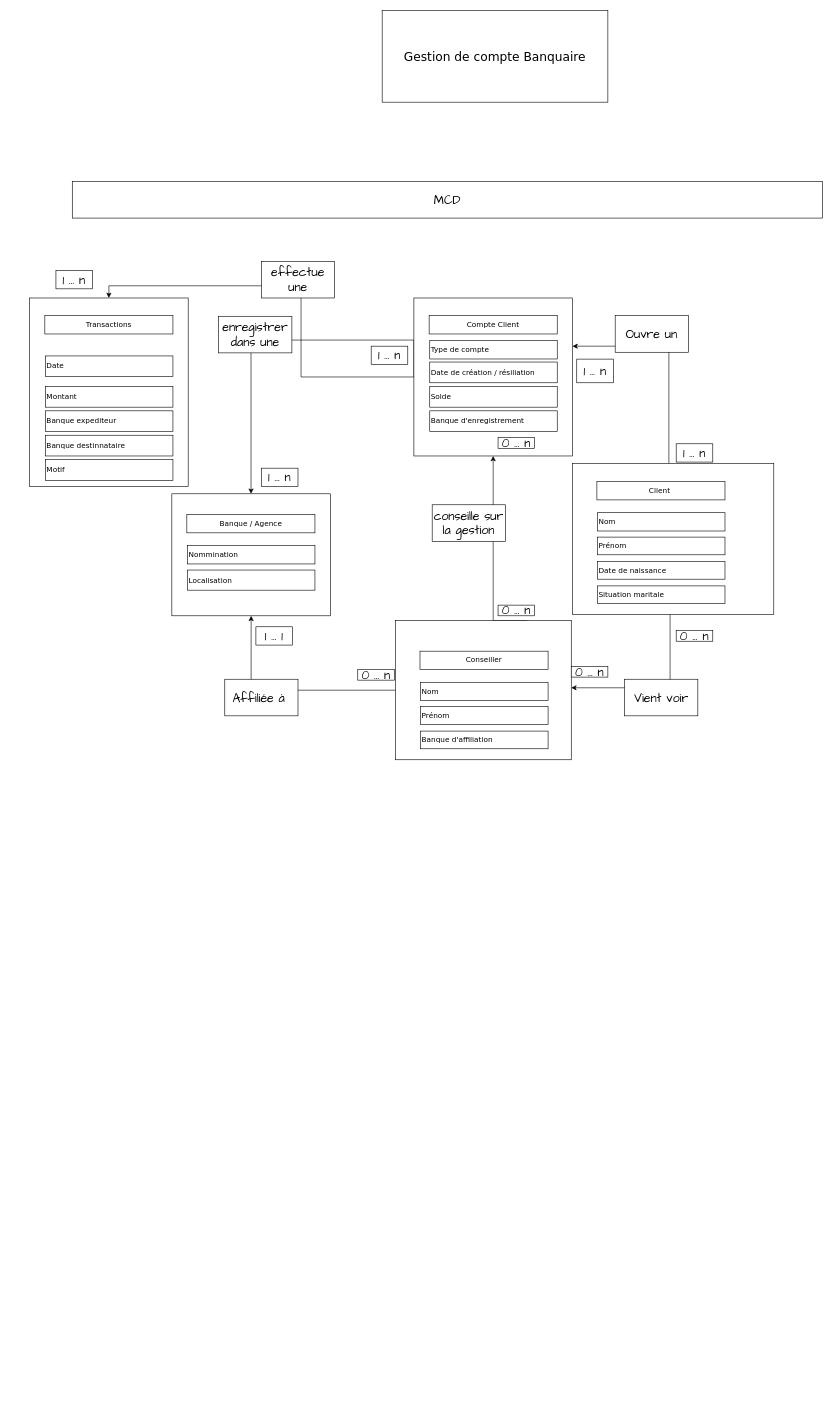
The draw.io diagram GestionCompteBanquaire.drawio in Renedeo/ExamArchWeb, before the edit. Source tidied: cells renumbered, new cells numbered last; positions are measured from the earlier drawing's top-left corner, leaving out a move shared by most shapes. Both pictures are drawn from the tidied source at 61%, with x=0, y=0 at pixel (29, 10).
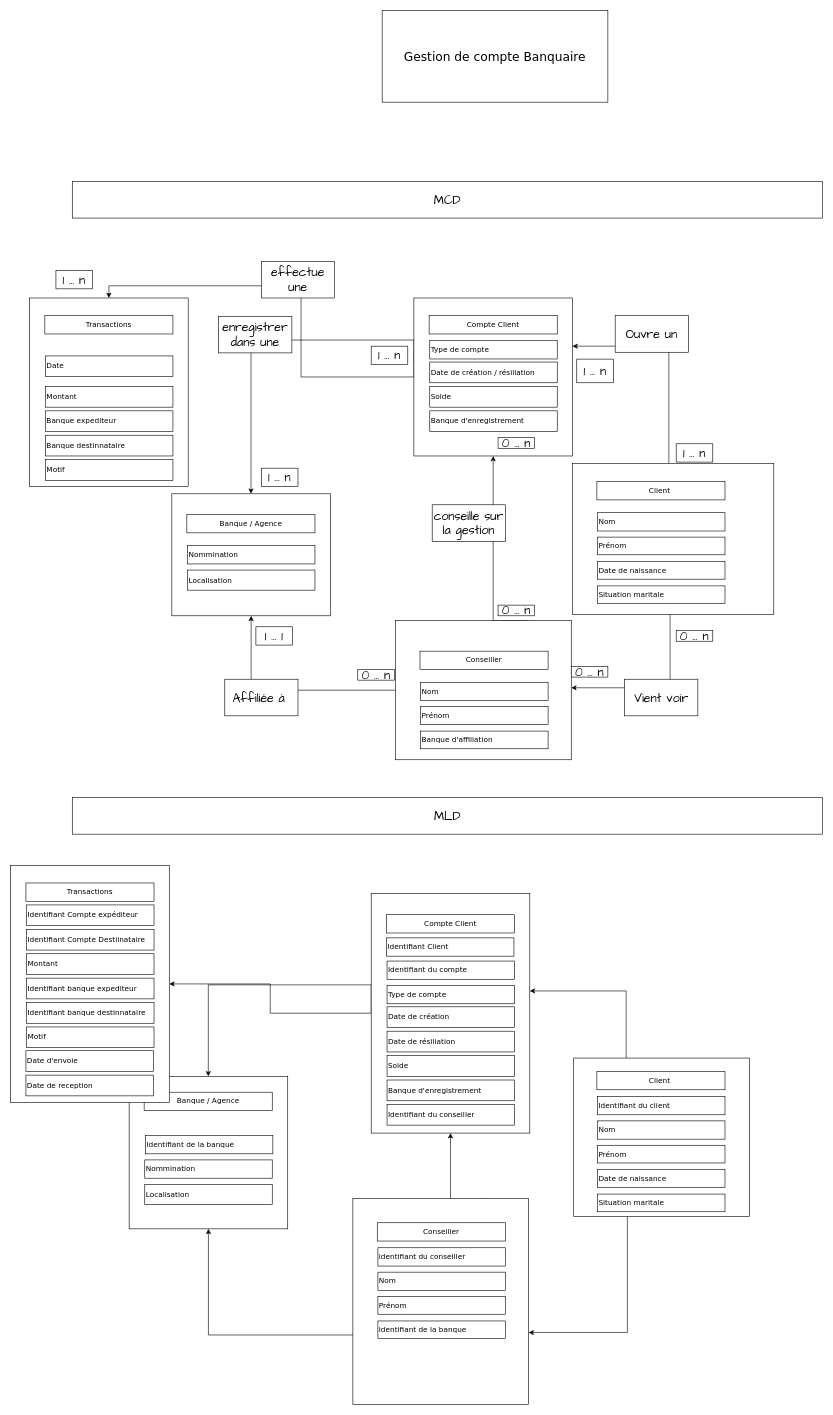
Above is the later version.

Commit message:
Ajout : Ajout du format logique de la base de données

Ajout des identifiant à chaque table permettant de réaliser les jointures entre elles

Diff of the diagram source:
```diff
@@
+    <mxCell id="55" value="MLD" style="rounded=0;whiteSpace=wrap;html=1;hachureGap=4;fontFamily=Architects Daughter;fontSize=20;" parent="1" vertex="1">
+      <mxGeometry x="70" y="1290" width="1230" height="60" as="geometry" />
+    </mxCell>
@@
+    <mxCell id="56" style="rounded=0;whiteSpace=wrap;html=1;align=left;" parent="1" vertex="1">
+      <mxGeometry x="163.2" y="1747" width="260" height="250" as="geometry" />
+    </mxCell>
+    <mxCell id="57" value="Banque / Agence" style="rounded=0;whiteSpace=wrap;html=1;fontFamily=Verdana;" parent="1" vertex="1">
+      <mxGeometry x="187.8" y="1773" width="210" height="30" as="geometry" />
+    </mxCell>
+    <mxCell id="58" value="Nommination" style="rounded=0;whiteSpace=wrap;html=1;align=left;fontFamily=Verdana;" parent="1" vertex="1">
+      <mxGeometry x="188.8" y="1884" width="209" height="30" as="geometry" />
+    </mxCell>
+    <mxCell id="59" value="Localisation" style="rounded=0;whiteSpace=wrap;html=1;align=left;fontFamily=Verdana;" parent="1" vertex="1">
+      <mxGeometry x="188.8" y="1924" width="209" height="33" as="geometry" />
+    </mxCell>
+    <mxCell id="60" style="rounded=0;whiteSpace=wrap;html=1;align=left;" parent="1" vertex="1">
+      <mxGeometry x="892" y="1717" width="288" height="260" as="geometry" />
+    </mxCell>
+    <mxCell id="61" value="Client&amp;nbsp;" style="rounded=0;whiteSpace=wrap;html=1;fontFamily=Verdana;" parent="1" vertex="1">
+      <mxGeometry x="930" y="1739" width="210" height="30" as="geometry" />
+    </mxCell>
+    <mxCell id="62" value="Nom" style="rounded=0;whiteSpace=wrap;html=1;align=left;fontFamily=Verdana;" parent="1" vertex="1">
+      <mxGeometry x="931" y="1820" width="209" height="30" as="geometry" />
+    </mxCell>
+    <mxCell id="63" value="Prénom" style="rounded=0;whiteSpace=wrap;html=1;align=left;fontFamily=Verdana;" parent="1" vertex="1">
+      <mxGeometry x="931" y="1860" width="209" height="29" as="geometry" />
+    </mxCell>
+    <mxCell id="64" style="edgeStyle=orthogonalEdgeStyle;rounded=0;jettySize=auto;html=1;entryX=0.5;entryY=1;entryDx=0;entryDy=0;" parent="1" edge="1" source="66" target="56">
+      <mxGeometry relative="1" as="geometry">
+        <Array as="points">
+          <mxPoint x="293" y="2171" />
+        </Array>
+      </mxGeometry>
+    </mxCell>
+    <mxCell id="65" style="edgeStyle=orthogonalEdgeStyle;rounded=0;jettySize=auto;html=1;exitX=0.75;exitY=0;exitDx=0;exitDy=0;" parent="1" edge="1" source="66" target="73">
+      <mxGeometry relative="1" as="geometry">
+        <Array as="points">
+          <mxPoint x="690" y="2057" />
+        </Array>
+      </mxGeometry>
+    </mxCell>
+    <mxCell id="66" style="rounded=0;whiteSpace=wrap;html=1;align=left;" parent="1" vertex="1">
+      <mxGeometry x="530" y="1947" width="288" height="338" as="geometry" />
+    </mxCell>
+    <mxCell id="67" value="Conseiller" style="rounded=0;whiteSpace=wrap;html=1;fontFamily=Verdana;" parent="1" vertex="1">
+      <mxGeometry x="570" y="1987" width="210" height="30" as="geometry" />
+    </mxCell>
+    <mxCell id="68" value="Nom" style="rounded=0;whiteSpace=wrap;html=1;align=left;fontFamily=Verdana;" parent="1" vertex="1">
+      <mxGeometry x="571" y="2068" width="209" height="30" as="geometry" />
+    </mxCell>
+    <mxCell id="69" value="Prénom" style="rounded=0;whiteSpace=wrap;html=1;align=left;fontFamily=Verdana;" parent="1" vertex="1">
+      <mxGeometry x="571" y="2108" width="209" height="29" as="geometry" />
+    </mxCell>
+    <mxCell id="70" style="edgeStyle=orthogonalEdgeStyle;rounded=0;jettySize=auto;html=1;" parent="1" edge="1" source="60" target="66">
+      <mxGeometry relative="1" as="geometry">
+        <Array as="points">
+          <mxPoint x="980" y="2167" />
+        </Array>
+      </mxGeometry>
+    </mxCell>
+    <mxCell id="71" style="edgeStyle=orthogonalEdgeStyle;rounded=0;jettySize=auto;html=1;exitX=0;exitY=0.5;exitDx=0;exitDy=0;" parent="1" edge="1" source="73" target="56">
+      <mxGeometry relative="1" as="geometry">
+        <Array as="points">
+          <mxPoint x="560" y="1597" />
+          <mxPoint x="293" y="1597" />
+        </Array>
+      </mxGeometry>
+    </mxCell>
+    <mxCell id="72" style="edgeStyle=orthogonalEdgeStyle;rounded=0;jettySize=auto;html=1;" parent="1" edge="1" source="73" target="90">
+      <mxGeometry relative="1" as="geometry" />
+    </mxCell>
+    <mxCell id="73" style="rounded=0;whiteSpace=wrap;html=1;align=left;" parent="1" vertex="1">
+      <mxGeometry x="560" y="1447" width="260" height="393" as="geometry" />
+    </mxCell>
+    <mxCell id="74" value="Compte Client" style="rounded=0;whiteSpace=wrap;html=1;fontFamily=Verdana;" parent="1" vertex="1">
+      <mxGeometry x="585" y="1482" width="210" height="30" as="geometry" />
+    </mxCell>
+    <mxCell id="75" value="Type de compte&amp;nbsp;" style="rounded=0;whiteSpace=wrap;html=1;align=left;fontFamily=Verdana;" parent="1" vertex="1">
+      <mxGeometry x="586" y="1598" width="209" height="30" as="geometry" />
+    </mxCell>
+    <mxCell id="76" value="Date de création" style="rounded=0;whiteSpace=wrap;html=1;align=left;fontFamily=Verdana;" parent="1" vertex="1">
+      <mxGeometry x="586" y="1633" width="209" height="34" as="geometry" />
+    </mxCell>
+    <mxCell id="77" style="edgeStyle=orthogonalEdgeStyle;rounded=0;jettySize=auto;html=1;" parent="1" edge="1" source="60" target="73">
+      <mxGeometry relative="1" as="geometry">
+        <Array as="points">
+          <mxPoint x="978" y="1607" />
+        </Array>
+      </mxGeometry>
+    </mxCell>
+    <mxCell id="78" value="Date de naissance" style="rounded=0;whiteSpace=wrap;html=1;align=left;fontFamily=Verdana;" parent="1" vertex="1">
+      <mxGeometry x="931" y="1900" width="209" height="29" as="geometry" />
+    </mxCell>
+    <mxCell id="79" value="identifiant de la banque&amp;nbsp;" style="rounded=0;whiteSpace=wrap;html=1;align=left;fontFamily=Verdana;" parent="1" vertex="1">
+      <mxGeometry x="571" y="2148" width="209" height="29" as="geometry" />
+    </mxCell>
+    <mxCell id="80" value="Solde" style="rounded=0;whiteSpace=wrap;html=1;align=left;fontFamily=Verdana;" parent="1" vertex="1">
+      <mxGeometry x="586" y="1713" width="209" height="34" as="geometry" />
+    </mxCell>
+    <mxCell id="81" value="Banque d'enregistrement" style="rounded=0;whiteSpace=wrap;html=1;align=left;fontFamily=Verdana;" parent="1" vertex="1">
+      <mxGeometry x="586" y="1753" width="209" height="34" as="geometry" />
+    </mxCell>
+    <mxCell id="82" value="Identifiant du client&amp;nbsp;" style="rounded=0;whiteSpace=wrap;html=1;align=left;fontFamily=Verdana;" parent="1" vertex="1">
+      <mxGeometry x="931" y="1780" width="209" height="30" as="geometry" />
+    </mxCell>
+    <mxCell id="83" value="Identifiant du compte" style="rounded=0;whiteSpace=wrap;html=1;align=left;fontFamily=Verdana;" parent="1" vertex="1">
+      <mxGeometry x="586" y="1558" width="209" height="30" as="geometry" />
+    </mxCell>
+    <mxCell id="84" value="Identifiant de la banque&amp;nbsp;" style="rounded=0;whiteSpace=wrap;html=1;align=left;fontFamily=Verdana;" parent="1" vertex="1">
+      <mxGeometry x="189.8" y="1844" width="209" height="30" as="geometry" />
+    </mxCell>
+    <mxCell id="85" value="identifiant du conseiller&amp;nbsp;" style="rounded=0;whiteSpace=wrap;html=1;align=left;fontFamily=Verdana;" parent="1" vertex="1">
+      <mxGeometry x="571" y="2028" width="209" height="30" as="geometry" />
+    </mxCell>
+    <mxCell id="86" value="Identifiant Client" style="rounded=0;whiteSpace=wrap;html=1;align=left;fontFamily=Verdana;" parent="1" vertex="1">
+      <mxGeometry x="585" y="1520" width="209" height="30" as="geometry" />
+    </mxCell>
+    <mxCell id="87" value="Identifiant du conseiller" style="rounded=0;whiteSpace=wrap;html=1;align=left;fontFamily=Verdana;" parent="1" vertex="1">
+      <mxGeometry x="586" y="1793" width="209" height="34" as="geometry" />
+    </mxCell>
@@
+    <mxCell id="88" value="Situation maritale" style="rounded=0;whiteSpace=wrap;html=1;align=left;fontFamily=Verdana;" parent="1" vertex="1">
+      <mxGeometry x="931" y="1940" width="209" height="29" as="geometry" />
+    </mxCell>
+    <mxCell id="89" value="Date de résiliation" style="rounded=0;whiteSpace=wrap;html=1;align=left;fontFamily=Verdana;" parent="1" vertex="1">
+      <mxGeometry x="586" y="1673" width="209" height="34" as="geometry" />
+    </mxCell>
@@
+    <mxCell id="90" style="rounded=0;whiteSpace=wrap;html=1;align=left;" parent="1" vertex="1">
+      <mxGeometry x="-31" y="1401" width="260" height="389" as="geometry" />
+    </mxCell>
+    <mxCell id="91" value="Transactions" style="rounded=0;whiteSpace=wrap;html=1;fontFamily=Verdana;" parent="1" vertex="1">
+      <mxGeometry x="-6" y="1430" width="210" height="30" as="geometry" />
+    </mxCell>
+    <mxCell id="92" value="Montant" style="rounded=0;whiteSpace=wrap;html=1;align=left;fontFamily=Verdana;" parent="1" vertex="1">
+      <mxGeometry x="-5" y="1546" width="209" height="34" as="geometry" />
+    </mxCell>
+    <mxCell id="93" value="Identifiant&amp;nbsp;banque expediteur" style="rounded=0;whiteSpace=wrap;html=1;align=left;fontFamily=Verdana;" parent="1" vertex="1">
+      <mxGeometry x="-5" y="1586" width="209" height="34" as="geometry" />
+    </mxCell>
+    <mxCell id="94" value="Identifiant banque destinnataire" style="rounded=0;whiteSpace=wrap;html=1;align=left;fontFamily=Verdana;" parent="1" vertex="1">
+      <mxGeometry x="-5" y="1626" width="209" height="34" as="geometry" />
+    </mxCell>
+    <mxCell id="95" value="Motif" style="rounded=0;whiteSpace=wrap;html=1;align=left;fontFamily=Verdana;" parent="1" vertex="1">
+      <mxGeometry x="-5" y="1666" width="209" height="34" as="geometry" />
+    </mxCell>
+    <mxCell id="96" value="Identifiant Compte Destiinataire" style="rounded=0;whiteSpace=wrap;html=1;align=left;fontFamily=Verdana;" parent="1" vertex="1">
+      <mxGeometry x="-5" y="1506" width="209" height="34" as="geometry" />
+    </mxCell>
+    <mxCell id="97" value="Identifiant Compte expéditeur" style="rounded=0;whiteSpace=wrap;html=1;align=left;fontFamily=Verdana;" parent="1" vertex="1">
+      <mxGeometry x="-5" y="1466" width="209" height="34" as="geometry" />
+    </mxCell>
@@
+    <mxCell id="98" value="Date d'envoie" style="rounded=0;whiteSpace=wrap;html=1;align=left;fontFamily=Verdana;" parent="1" vertex="1">
+      <mxGeometry x="-6" y="1705" width="209" height="34" as="geometry" />
+    </mxCell>
+    <mxCell id="99" value="Date de reception" style="rounded=0;whiteSpace=wrap;html=1;align=left;fontFamily=Verdana;" parent="1" vertex="1">
+      <mxGeometry x="-6" y="1745" width="209" height="34" as="geometry" />
+    </mxCell>
```
